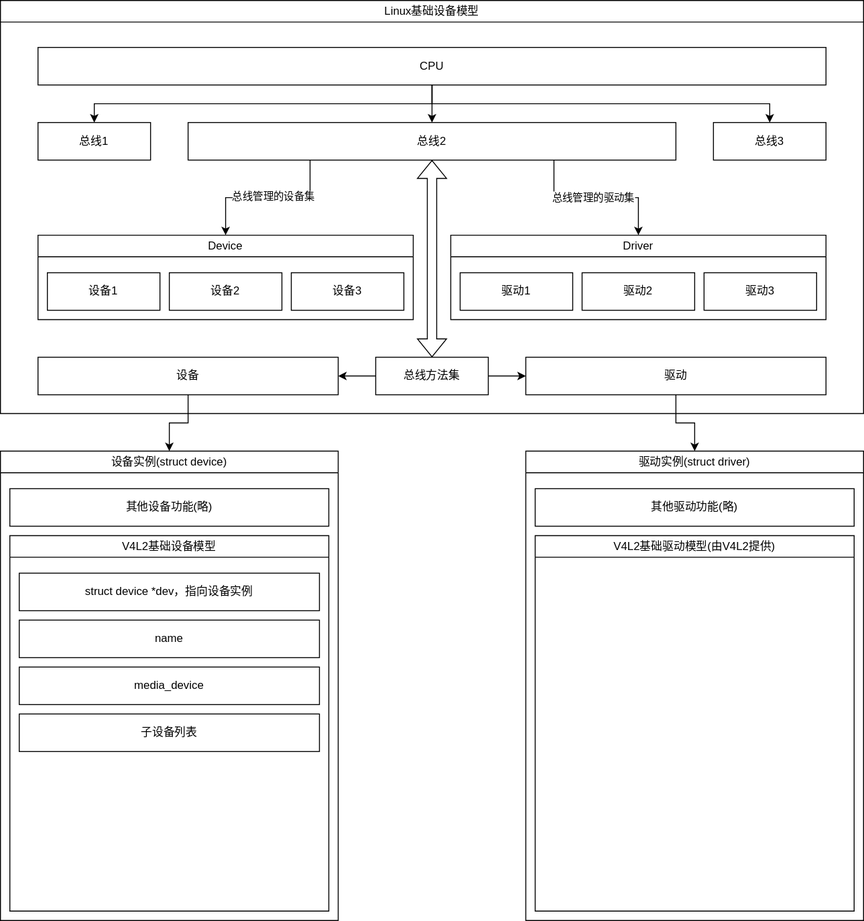
The draw.io diagram Linux内核原理及其开发/Resources/V4L2设备模型概览.drawio.svg in h13-0/Notebooks, before a commit. Source tidied: cells renumbered, new cells last; positions are measured from the earlier drawing's top-left corner, leaving out a move shared by most shapes.
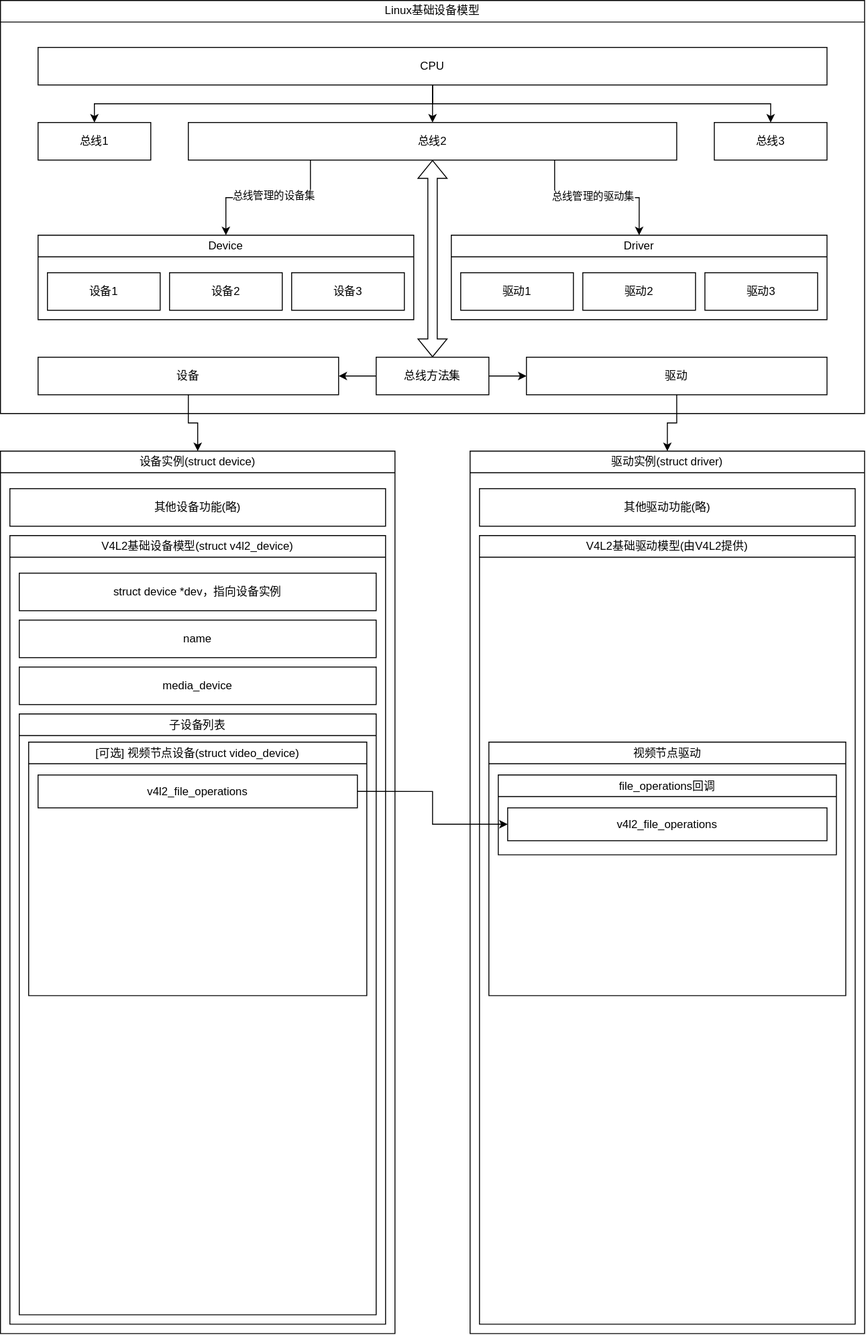
After the change.

Commit message:
vault backup: 2025-05-11 19:12:08

Change to the diagram source:
```diff
@@ -3,35 +3,50 @@
     <mxCell id="0" />
     <mxCell id="1" parent="0" />
     <mxCell id="2" value="&lt;span style=&quot;font-weight: 400;&quot;&gt;设备实例(struct device)&lt;/span&gt;" style="swimlane;whiteSpace=wrap;html=1;" parent="1" vertex="1">
-      <mxGeometry y="480" width="360" height="500" as="geometry" />
+      <mxGeometry y="480" width="420" height="940" as="geometry" />
     </mxCell>
-    <mxCell id="3" value="&lt;span style=&quot;font-weight: normal;&quot;&gt;V4L2基础设备模型&lt;/span&gt;" style="swimlane;whiteSpace=wrap;html=1;" parent="2" vertex="1">
-      <mxGeometry x="10" y="90" width="340" height="400" as="geometry" />
+    <mxCell id="3" value="&lt;span style=&quot;font-weight: normal;&quot;&gt;V4L2基础设备模型(&lt;/span&gt;&lt;span style=&quot;font-weight: 400;&quot;&gt;struct v4l2_device&lt;/span&gt;&lt;span style=&quot;font-weight: normal;&quot;&gt;)&lt;/span&gt;" style="swimlane;whiteSpace=wrap;html=1;" parent="2" vertex="1">
+      <mxGeometry x="10" y="90" width="400" height="840" as="geometry" />
     </mxCell>
     <mxCell id="4" value="name" style="rounded=0;whiteSpace=wrap;html=1;" parent="3" vertex="1">
-      <mxGeometry x="10" y="90" width="320" height="40" as="geometry" />
+      <mxGeometry x="10" y="90" width="380" height="40" as="geometry" />
     </mxCell>
     <mxCell id="5" value="media_device" style="rounded=0;whiteSpace=wrap;html=1;" parent="3" vertex="1">
-      <mxGeometry x="10" y="140" width="320" height="40" as="geometry" />
+      <mxGeometry x="10" y="140" width="380" height="40" as="geometry" />
     </mxCell>
+    <mxCell id="7" value="struct device *dev，指向设备实例" style="rounded=0;whiteSpace=wrap;html=1;" parent="3" vertex="1">
+      <mxGeometry x="10" y="40" width="380" height="40" as="geometry" />
+    </mxCell>
-    <mxCell id="6" value="子设备列表" style="rounded=0;whiteSpace=wrap;html=1;" parent="3" vertex="1">
-      <mxGeometry x="10" y="190" width="320" height="40" as="geometry" />
+    <mxCell id="6" value="&lt;span style=&quot;font-weight: normal;&quot;&gt;子设备列表&lt;/span&gt;" style="swimlane;whiteSpace=wrap;html=1;" parent="3" vertex="1">
+      <mxGeometry x="10" y="190" width="380" height="640" as="geometry" />
     </mxCell>
-    <mxCell id="7" value="struct device *dev，指向设备实例" style="rounded=0;whiteSpace=wrap;html=1;" parent="3" vertex="1">
-      <mxGeometry x="10" y="40" width="320" height="40" as="geometry" />
-    </mxCell>
+    <mxCell id="40" value="&lt;span style=&quot;font-weight: 400;&quot;&gt;[可选] 视频节点设备(struct video_device)&lt;/span&gt;" style="swimlane;whiteSpace=wrap;html=1;" parent="6" vertex="1">
+      <mxGeometry x="10" y="30" width="360" height="270" as="geometry" />
+    </mxCell>
+    <mxCell id="41" value="v4l2_file_operations" style="rounded=0;whiteSpace=wrap;html=1;" parent="40" vertex="1">
+      <mxGeometry x="10" y="35" width="340" height="35" as="geometry" />
+    </mxCell>
     <mxCell id="8" value="其他设备功能(略)" style="rounded=0;whiteSpace=wrap;html=1;" parent="2" vertex="1">
-      <mxGeometry x="10" y="40" width="340" height="40" as="geometry" />
+      <mxGeometry x="10" y="40" width="400" height="40" as="geometry" />
     </mxCell>
     <mxCell id="9" value="&lt;span style=&quot;font-weight: 400;&quot;&gt;驱动实例(struct driver)&lt;/span&gt;" style="swimlane;whiteSpace=wrap;html=1;" parent="1" vertex="1">
-      <mxGeometry x="560" y="480" width="360" height="500" as="geometry" />
+      <mxGeometry x="500" y="480" width="420" height="940" as="geometry" />
     </mxCell>
     <mxCell id="10" value="其他驱动功能(略)" style="rounded=0;whiteSpace=wrap;html=1;" parent="9" vertex="1">
-      <mxGeometry x="10" y="40" width="340" height="40" as="geometry" />
+      <mxGeometry x="10" y="40" width="400" height="40" as="geometry" />
     </mxCell>
     <mxCell id="11" value="&lt;span style=&quot;font-weight: normal;&quot;&gt;V4L2基础驱动模型(由V4L2提供)&lt;/span&gt;" style="swimlane;whiteSpace=wrap;html=1;" parent="9" vertex="1">
-      <mxGeometry x="10" y="90" width="340" height="400" as="geometry" />
+      <mxGeometry x="10" y="90" width="400" height="840" as="geometry" />
     </mxCell>
+    <mxCell id="42" value="&lt;span style=&quot;font-weight: 400;&quot;&gt;视频节点驱动&lt;/span&gt;" style="swimlane;whiteSpace=wrap;html=1;" parent="11" vertex="1">
+      <mxGeometry x="10" y="220" width="380" height="270" as="geometry" />
+    </mxCell>
+    <mxCell id="43" value="&lt;span style=&quot;font-weight: normal;&quot;&gt;file_operations回调&lt;/span&gt;" style="swimlane;whiteSpace=wrap;html=1;" parent="42" vertex="1">
+      <mxGeometry x="10" y="35" width="360" height="85" as="geometry" />
+    </mxCell>
+    <mxCell id="44" value="v4l2_file_operations" style="rounded=0;whiteSpace=wrap;html=1;" parent="43" vertex="1">
+      <mxGeometry x="10" y="35" width="340" height="35" as="geometry" />
+    </mxCell>
     <mxCell id="12" value="&lt;span style=&quot;font-weight: normal;&quot;&gt;Linux基础设备模型&lt;/span&gt;" style="swimlane;whiteSpace=wrap;html=1;" parent="1" vertex="1">
       <mxGeometry width="920" height="440" as="geometry" />
     </mxCell>
@@ -122,5 +137,8 @@
     <mxCell id="39" style="edgeStyle=orthogonalEdgeStyle;rounded=0;jettySize=auto;html=1;exitX=0.5;exitY=1;exitDx=0;exitDy=0;entryX=0.5;entryY=0;entryDx=0;entryDy=0;" parent="1" edge="1" source="37" target="9">
       <mxGeometry relative="1" as="geometry" />
     </mxCell>
+    <mxCell id="45" style="edgeStyle=orthogonalEdgeStyle;rounded=0;jettySize=auto;html=1;exitX=1;exitY=0.5;exitDx=0;exitDy=0;entryX=0;entryY=0.5;entryDx=0;entryDy=0;" parent="1" edge="1" source="41" target="44">
+      <mxGeometry relative="1" as="geometry" />
+    </mxCell>
   </root>
 </mxGraphModel>
```
